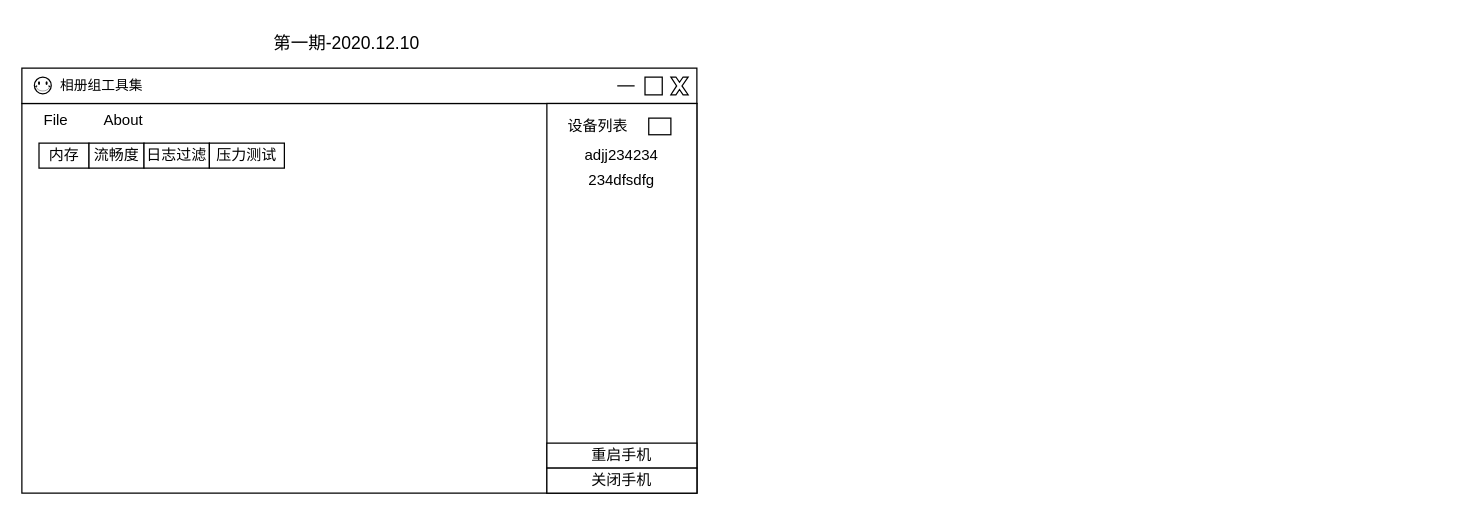
Before: xiaomi_pc_tools.drawio in cadi2015/drawIO, a draw.io diagram. Source tidied: cells renumbered, new cells numbered last; positions are measured from the earlier drawing's top-left corner, leaving out a move shared by most shapes. Both pictures are drawn from the tidied source at 125%, with x=0, y=0 at pixel (21, 30).
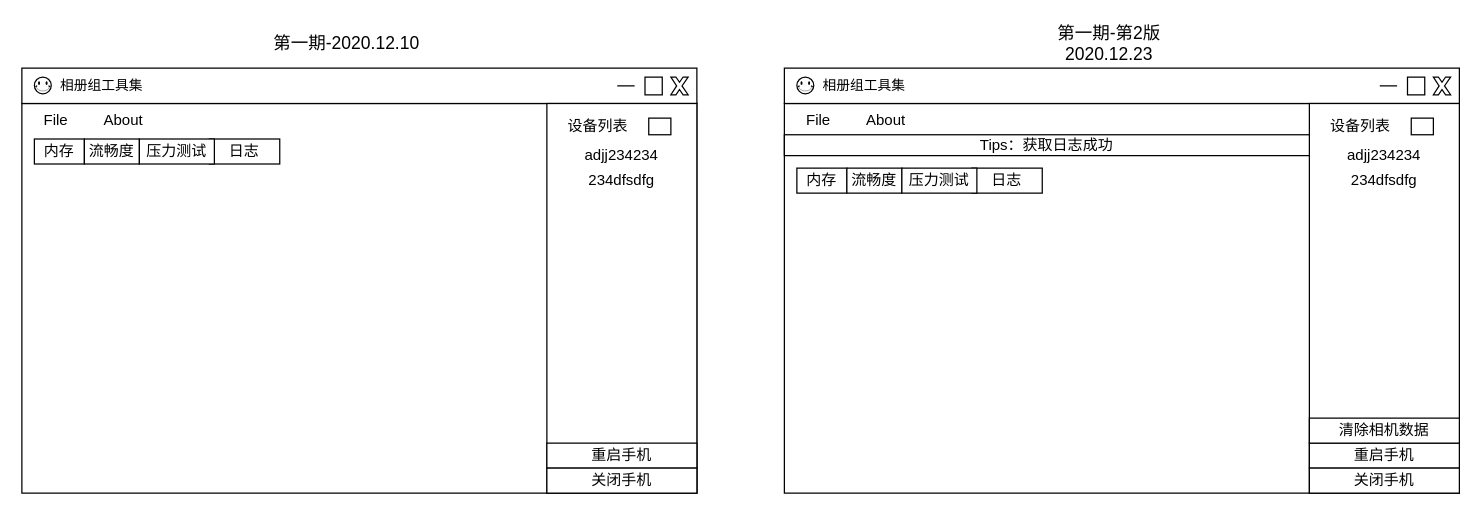
After the change.

The change refers to these unchanged cells:
```xml
<mxCell id="3" style="group;" parent="1" vertex="1">
  <mxGeometry y="30" width="540" height="340" as="geometry" />
</mxCell>
```

Diff of the diagram source:
```diff
@@
     <mxCell id="12" value="内存" style="rounded=0;whiteSpace=wrap;html=1;" parent="3" vertex="1">
-      <mxGeometry x="13.7" y="60" width="40" height="20" as="geometry" />
+      <mxGeometry x="10" y="56.7" width="40" height="20" as="geometry" />
     </mxCell>
     <mxCell id="13" value="流畅度" style="rounded=0;whiteSpace=wrap;html=1;" parent="3" vertex="1">
-      <mxGeometry x="53.7" y="60" width="44" height="20" as="geometry" />
+      <mxGeometry x="50" y="56.7" width="44" height="20" as="geometry" />
     </mxCell>
@@
-    <mxCell id="16" value="日志过滤" style="rounded=0;whiteSpace=wrap;html=1;" parent="3" vertex="1">
-      <mxGeometry x="97.7" y="60" width="52.3" height="20" as="geometry" />
+    <mxCell id="16" value="日志" style="rounded=0;whiteSpace=wrap;html=1;" parent="3" vertex="1">
+      <mxGeometry x="150" y="56.7" width="56.3" height="20" as="geometry" />
     </mxCell>
@@
     <mxCell id="23" value="压力测试" style="rounded=0;whiteSpace=wrap;html=1;" parent="3" vertex="1">
-      <mxGeometry x="150" y="60" width="60" height="20" as="geometry" />
+      <mxGeometry x="94" y="56.7" width="60" height="20" as="geometry" />
     </mxCell>
+    <mxCell id="24" value="&lt;font style=&quot;font-size: 14px&quot;&gt;第一期-第2版2020.12.23&lt;/font&gt;" style="text;html=1;strokeColor=none;fillColor=none;align=center;verticalAlign=middle;whiteSpace=wrap;rounded=0;" parent="1" vertex="1">
+      <mxGeometry x="800" width="140" height="20" as="geometry" />
+    </mxCell>
+    <mxCell id="25" style="group;" parent="1" vertex="1">
+      <mxGeometry x="610" y="30" width="540" height="340" as="geometry" />
+    </mxCell>
+    <mxCell id="26" style="rounded=0;whiteSpace=wrap;html=1;" parent="25" vertex="1">
+      <mxGeometry y="28.3" width="540" height="311.7" as="geometry" />
+    </mxCell>
+    <mxCell id="27" style="rounded=0;whiteSpace=wrap;html=1;" parent="25" vertex="1">
+      <mxGeometry width="540" height="28.3" as="geometry" />
+    </mxCell>
+    <mxCell id="28" style="verticalLabelPosition=bottom;verticalAlign=top;html=1;shape=mxgraph.basic.x;" parent="25" vertex="1">
+      <mxGeometry x="519.2" y="7.1" width="13.8" height="14.2" as="geometry" />
+    </mxCell>
+    <mxCell id="29" style="verticalLabelPosition=bottom;verticalAlign=top;html=1;shape=mxgraph.basic.rect;fillColor2=none;strokeWidth=1;size=20;indent=5;" parent="25" vertex="1">
+      <mxGeometry x="498.5" y="7.1" width="13.8" height="14.2" as="geometry" />
+    </mxCell>
+    <mxCell id="30" style="endArrow=none;html=1;" parent="25" edge="1">
+      <mxGeometry relative="1" as="geometry">
+        <mxPoint x="476.3" y="14.2" as="sourcePoint" />
+        <mxPoint x="490.2" y="14.2" as="targetPoint" />
+      </mxGeometry>
+    </mxCell>
+    <mxCell id="31" value="&lt;font style=&quot;font-size: 11px&quot;&gt;相册组工具集&lt;/font&gt;" style="text;html=1;strokeColor=none;fillColor=none;align=center;verticalAlign=middle;whiteSpace=wrap;rounded=0;" parent="25" vertex="1">
+      <mxGeometry x="24.5" width="77.8" height="28.3" as="geometry" />
+    </mxCell>
+    <mxCell id="32" value="File" style="text;html=1;strokeColor=none;fillColor=none;align=center;verticalAlign=middle;whiteSpace=wrap;rounded=0;" parent="25" vertex="1">
+      <mxGeometry y="28.3" width="55.4" height="28.3" as="geometry" />
+    </mxCell>
+    <mxCell id="33" value="About" style="text;html=1;strokeColor=none;fillColor=none;align=center;verticalAlign=middle;whiteSpace=wrap;rounded=0;" parent="25" vertex="1">
+      <mxGeometry x="54" y="28.3" width="55.4" height="28.3" as="geometry" />
+    </mxCell>
+    <mxCell id="34" value="内存" style="rounded=0;whiteSpace=wrap;html=1;" parent="25" vertex="1">
+      <mxGeometry x="10" y="80" width="40" height="20" as="geometry" />
+    </mxCell>
+    <mxCell id="35" value="流畅度" style="rounded=0;whiteSpace=wrap;html=1;" parent="25" vertex="1">
+      <mxGeometry x="50" y="80" width="44" height="20" as="geometry" />
+    </mxCell>
+    <mxCell id="36" style="rounded=0;whiteSpace=wrap;html=1;" parent="25" vertex="1">
+      <mxGeometry x="420" y="28.3" width="120" height="311.7" as="geometry" />
+    </mxCell>
+    <mxCell id="37" value="设备列表" style="text;html=1;strokeColor=none;fillColor=none;align=center;verticalAlign=middle;whiteSpace=wrap;rounded=0;" parent="25" vertex="1">
+      <mxGeometry x="430" y="36.7" width="62" height="20" as="geometry" />
+    </mxCell>
+    <mxCell id="38" value="日志" style="rounded=0;whiteSpace=wrap;html=1;" parent="25" vertex="1">
+      <mxGeometry x="150" y="80" width="56.3" height="20" as="geometry" />
+    </mxCell>
+    <mxCell id="39" style="rounded=0;whiteSpace=wrap;html=1;" parent="25" vertex="1">
+      <mxGeometry x="501.5" y="40" width="17.7" height="13.3" as="geometry" />
+    </mxCell>
+    <mxCell id="40" value="adjj234234" style="text;html=1;strokeColor=none;fillColor=none;align=center;verticalAlign=middle;whiteSpace=wrap;rounded=0;" parent="25" vertex="1">
+      <mxGeometry x="420" y="60" width="120" height="20" as="geometry" />
+    </mxCell>
+    <mxCell id="41" value="234dfsdfg" style="text;html=1;strokeColor=none;fillColor=none;align=center;verticalAlign=middle;whiteSpace=wrap;rounded=0;" parent="25" vertex="1">
+      <mxGeometry x="420" y="80" width="120" height="20" as="geometry" />
+    </mxCell>
+    <mxCell id="42" value="重启手机" style="rounded=0;whiteSpace=wrap;html=1;" parent="25" vertex="1">
+      <mxGeometry x="420" y="300" width="120" height="20" as="geometry" />
+    </mxCell>
+    <mxCell id="43" value="关闭手机" style="rounded=0;whiteSpace=wrap;html=1;" parent="25" vertex="1">
+      <mxGeometry x="420" y="320" width="120" height="20" as="geometry" />
+    </mxCell>
+    <mxCell id="44" style="verticalLabelPosition=bottom;verticalAlign=top;html=1;shape=mxgraph.basic.smiley;" parent="25" vertex="1">
+      <mxGeometry x="10" y="7.1" width="13.5" height="13.5" as="geometry" />
+    </mxCell>
+    <mxCell id="45" value="压力测试" style="rounded=0;whiteSpace=wrap;html=1;" parent="25" vertex="1">
+      <mxGeometry x="94" y="80" width="60" height="20" as="geometry" />
+    </mxCell>
+    <mxCell id="46" value="清除相机数据" style="rounded=0;whiteSpace=wrap;html=1;" parent="25" vertex="1">
+      <mxGeometry x="420" y="280" width="120" height="20" as="geometry" />
+    </mxCell>
+    <mxCell id="47" value="Tips：获取日志成功" style="rounded=0;whiteSpace=wrap;html=1;" parent="25" vertex="1">
+      <mxGeometry y="53.3" width="420" height="16.7" as="geometry" />
+    </mxCell>
```
